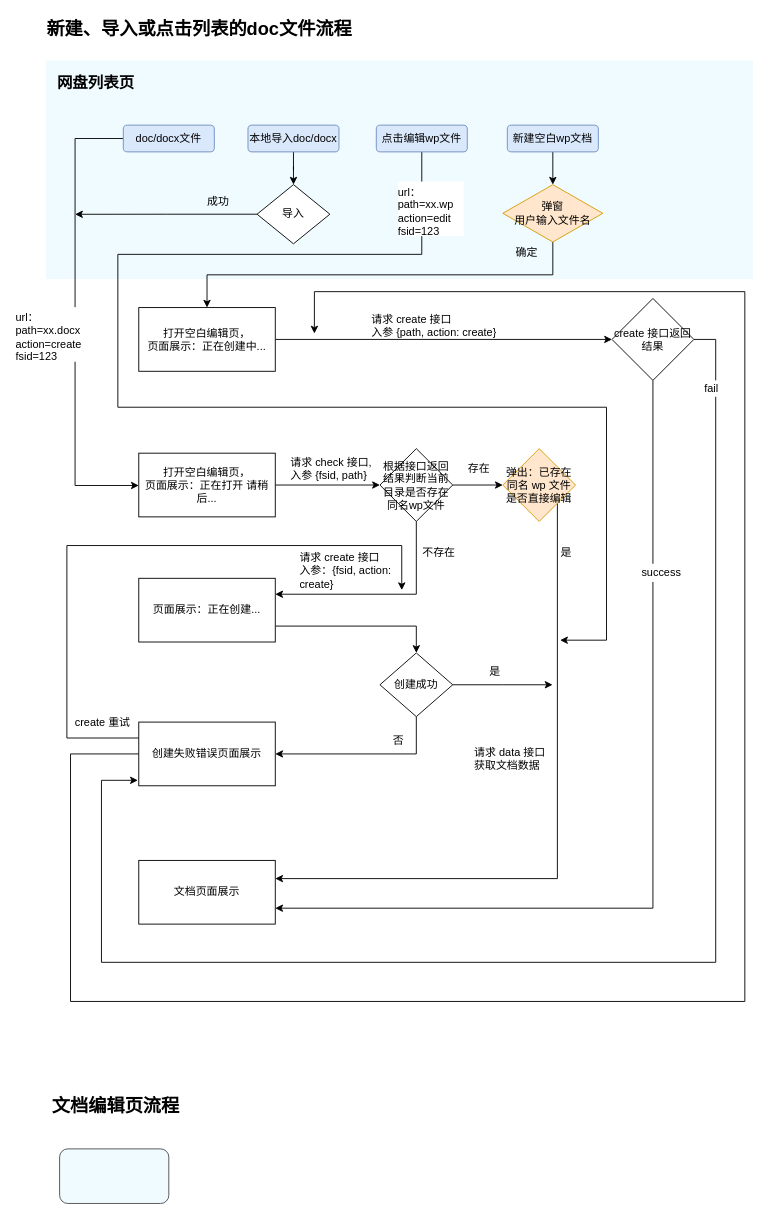
Above: Untitled Diagram.drawio in simqifeng/somenote (draw.io), before the change. Source tidied: cells renumbered, new cells numbered last; positions are measured from the earlier drawing's top-left corner, leaving out a move shared by most shapes. Both pictures are drawn from the tidied source at 91%, with x=0, y=0 at pixel (15, 15).
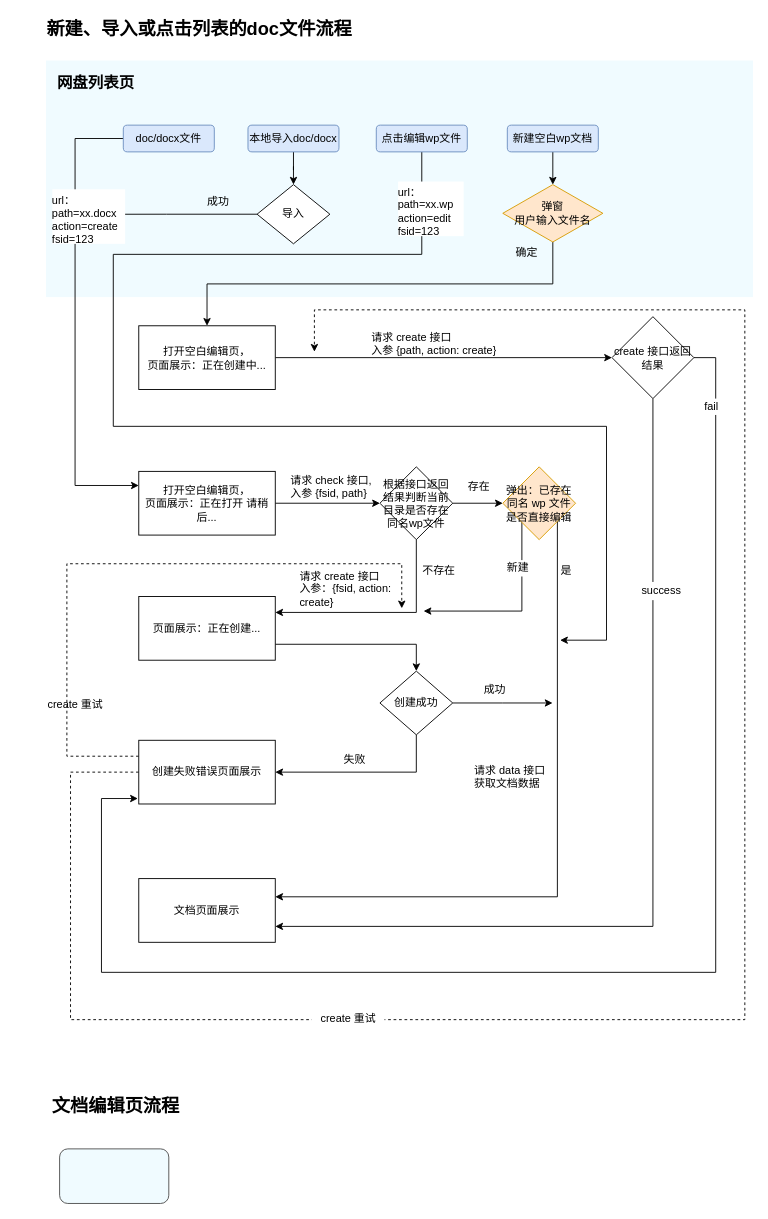
Above is the later version.

Commit message:
在线文档-新建/编辑流程图.drawio

The change refers to these unchanged cells:
```xml
<mxCell id="4" value="点击编辑wp文件" style="rounded=1;whiteSpace=wrap;html=1;fillColor=#dae8fc;strokeColor=#6c8ebf;" parent="1" vertex="1">
  <mxGeometry x="396" y="120" width="100" height="29.4" as="geometry" />
</mxCell>
```

What changed in the source:
```diff
@@
     <mxCell id="2" style="rounded=0;whiteSpace=wrap;html=1;fillColor=#F0FBFF;fontSize=12;dashed=1;strokeColor=none;" parent="1" vertex="1">
-      <mxGeometry x="33" y="49" width="777" height="240" as="geometry" />
+      <mxGeometry x="33" y="49" width="777" height="260" as="geometry" />
     </mxCell>
     <mxCell id="3" style="edgeStyle=orthogonalEdgeStyle;rounded=0;jettySize=auto;html=1;exitX=0.5;exitY=1;exitDx=0;exitDy=0;" parent="1" edge="1" source="4">
       <mxGeometry relative="1" as="geometry">
         <mxPoint x="598" y="686" as="targetPoint" />
         <Array as="points">
           <mxPoint x="446" y="262" />
-          <mxPoint x="112" y="262" />
-          <mxPoint x="112" y="430" />
-          <mxPoint x="649" y="430" />
+          <mxPoint x="107" y="262" />
+          <mxPoint x="107" y="451" />
+          <mxPoint x="649" y="451" />
           <mxPoint x="649" y="686" />
         </Array>
       </mxGeometry>
     </mxCell>
@@
     <mxCell id="8" value="&lt;span&gt;打开空白编辑页，&lt;br&gt;&lt;/span&gt;页面展示：正在创建中..." style="rounded=0;whiteSpace=wrap;html=1;" parent="1" vertex="1">
-      <mxGeometry x="135" y="320.5" width="150" height="70" as="geometry" />
+      <mxGeometry x="135" y="340.5" width="150" height="70" as="geometry" />
     </mxCell>
@@
     <mxCell id="10" value="页面展示：正在创建..." style="rounded=0;whiteSpace=wrap;html=1;" parent="1" vertex="1">
-      <mxGeometry x="135" y="618" width="150" height="70" as="geometry" />
+      <mxGeometry x="135" y="638" width="150" height="70" as="geometry" />
     </mxCell>
     <mxCell id="11" style="edgeStyle=orthogonalEdgeStyle;rounded=0;jettySize=auto;html=1;entryX=1;entryY=0.75;entryDx=0;entryDy=0;exitX=0.5;exitY=1;exitDx=0;exitDy=0;" parent="1" edge="1" source="13" target="28">
       <mxGeometry relative="1" as="geometry">
         <Array as="points">
-          <mxPoint x="700" y="980" />
+          <mxPoint x="700" y="1000" />
         </Array>
       </mxGeometry>
     </mxCell>
     <mxCell id="12" style="edgeStyle=orthogonalEdgeStyle;rounded=0;jettySize=auto;html=1;fontSize=12;" parent="1" edge="1" source="13">
       <mxGeometry relative="1" as="geometry">
-        <mxPoint x="134" y="840" as="targetPoint" />
+        <mxPoint x="134" y="860" as="targetPoint" />
         <Array as="points">
-          <mxPoint x="769" y="355" />
-          <mxPoint x="769" y="1040" />
-          <mxPoint x="94" y="1040" />
-          <mxPoint x="94" y="840" />
+          <mxPoint x="769" y="375" />
+          <mxPoint x="769" y="1051" />
+          <mxPoint x="94" y="1051" />
+          <mxPoint x="94" y="860" />
         </Array>
       </mxGeometry>
     </mxCell>
     <mxCell id="13" value="create 接口返回结果" style="rhombus;whiteSpace=wrap;html=1;" parent="1" vertex="1">
-      <mxGeometry x="655" y="310.5" width="90" height="90" as="geometry" />
+      <mxGeometry x="655" y="330.5" width="90" height="90" as="geometry" />
     </mxCell>
@@
     <mxCell id="15" value="success" style="text;html=1;align=center;verticalAlign=middle;fillColor=#ffffff;" parent="1" vertex="1">
-      <mxGeometry x="679" y="602" width="60" height="20" as="geometry" />
+      <mxGeometry x="679" y="622" width="60" height="20" as="geometry" />
     </mxCell>
@@
     <mxCell id="18" value="根据接口返回结果判断当前目录是否存在同名wp文件" style="rhombus;whiteSpace=wrap;html=1;" parent="1" vertex="1">
-      <mxGeometry x="400" y="475.5" width="80" height="80" as="geometry" />
+      <mxGeometry x="400" y="495.5" width="80" height="80" as="geometry" />
     </mxCell>
     <mxCell id="19" value="请求 create 接口&#10;入参 {path, action: create}&#10;" style="text;strokeColor=none;fillColor=none;spacing=0;spacingTop=0;overflow=hidden;rounded=0;dashed=1;fontSize=12;verticalAlign=top;horizontal=1;whiteSpace=wrap;" parent="1" vertex="1">
-      <mxGeometry x="391" y="322" width="161" height="50" as="geometry" />
+      <mxGeometry x="391" y="342" width="161" height="50" as="geometry" />
     </mxCell>
-    <mxCell id="20" value="url：&#10;path=xx.docx&#10;action=create&#10;fsid=123&#10;&#10;&#10;" style="text;strokeColor=none;fillColor=#ffffff;spacing=0;spacingTop=0;overflow=hidden;rounded=0;dashed=1;fontSize=12;verticalAlign=top;horizontal=1;whiteSpace=wrap;" parent="1" vertex="1">
-      <mxGeometry y="320" width="80" height="60" as="geometry" />
-    </mxCell>
@@
     <mxCell id="22" value="&lt;span&gt;打开空白编辑页，&lt;br&gt;&lt;/span&gt;页面展示：正在打开 请稍后..." style="rounded=0;whiteSpace=wrap;html=1;" parent="1" vertex="1">
-      <mxGeometry x="135" y="480.5" width="150" height="70" as="geometry" />
+      <mxGeometry x="135" y="500.5" width="150" height="70" as="geometry" />
     </mxCell>
     <mxCell id="23" value="请求 check 接口, &#10;入参 {fsid, path}&#10;" style="text;strokeColor=none;fillColor=none;spacing=0;spacingTop=0;overflow=hidden;rounded=0;dashed=1;fontSize=12;verticalAlign=top;horizontal=1;whiteSpace=wrap;" parent="1" vertex="1">
-      <mxGeometry x="302" y="479" width="93" height="50" as="geometry" />
+      <mxGeometry x="302" y="499" width="93" height="50" as="geometry" />
     </mxCell>
     <mxCell id="24" style="edgeStyle=orthogonalEdgeStyle;rounded=0;jettySize=auto;html=1;fontSize=12;exitX=1;exitY=1;exitDx=0;exitDy=0;" parent="1" edge="1" source="26" target="28">
       <mxGeometry relative="1" as="geometry">
         <Array as="points">
-          <mxPoint x="595" y="948" />
+          <mxPoint x="595" y="968" />
         </Array>
       </mxGeometry>
     </mxCell>
     <mxCell id="25" style="edgeStyle=orthogonalEdgeStyle;rounded=0;jettySize=auto;html=1;fontSize=12;entryX=1;entryY=0.25;entryDx=0;entryDy=0;exitX=0.5;exitY=1;exitDx=0;exitDy=0;" parent="1" edge="1" source="18" target="10">
       <mxGeometry relative="1" as="geometry">
         <Array as="points">
-          <mxPoint x="440" y="636" />
+          <mxPoint x="440" y="656" />
         </Array>
       </mxGeometry>
     </mxCell>
+    <mxCell id="57" style="edgeStyle=orthogonalEdgeStyle;rounded=0;jettySize=auto;html=1;fontSize=12;exitX=0;exitY=1;exitDx=0;exitDy=0;" parent="1" edge="1" source="26">
+      <mxGeometry relative="1" as="geometry">
+        <mxPoint x="448" y="654" as="targetPoint" />
+        <Array as="points">
+          <mxPoint x="556" y="654" />
+        </Array>
+      </mxGeometry>
+    </mxCell>
     <mxCell id="26" value="&lt;span&gt;弹出：已存在同名 wp 文件是否直接编辑&lt;/span&gt;" style="rhombus;whiteSpace=wrap;html=1;fillColor=#ffe6cc;fontSize=12;strokeColor=#d79b00;" parent="1" vertex="1">
-      <mxGeometry x="535" y="475.5" width="80" height="80" as="geometry" />
+      <mxGeometry x="535" y="495.5" width="80" height="80" as="geometry" />
     </mxCell>
     <mxCell id="27" value="存在" style="text;html=1;align=left;verticalAlign=middle;fontSize=12;" parent="1" vertex="1">
-      <mxGeometry x="494.5" y="488" width="40" height="20" as="geometry" />
+      <mxGeometry x="494.5" y="508" width="40" height="20" as="geometry" />
     </mxCell>
     <mxCell id="28" value="文档页面展示" style="rounded=0;whiteSpace=wrap;html=1;fillColor=#ffffff;fontSize=12;" parent="1" vertex="1">
-      <mxGeometry x="135" y="928" width="150" height="70" as="geometry" />
+      <mxGeometry x="135" y="948" width="150" height="70" as="geometry" />
     </mxCell>
     <mxCell id="29" value="是" style="text;strokeColor=none;fillColor=none;spacing=0;spacingTop=0;overflow=hidden;rounded=0;dashed=1;fontSize=12;verticalAlign=top;horizontal=1;whiteSpace=wrap;" parent="1" vertex="1">
-      <mxGeometry x="599" y="578" width="23" height="24" as="geometry" />
+      <mxGeometry x="599" y="598" width="23" height="24" as="geometry" />
     </mxCell>
     <mxCell id="30" value="请求 create 接口 &#10;入参：{fsid, action: create}" style="text;strokeColor=none;fillColor=none;spacing=0;spacingTop=0;overflow=hidden;rounded=0;dashed=1;fontSize=12;verticalAlign=top;horizontal=1;whiteSpace=wrap;" parent="1" vertex="1">
-      <mxGeometry x="312" y="584" width="100" height="55" as="geometry" />
+      <mxGeometry x="312" y="604" width="100" height="55" as="geometry" />
     </mxCell>
     <mxCell id="31" style="edgeStyle=orthogonalEdgeStyle;rounded=0;jettySize=auto;html=1;entryX=1;entryY=0.5;entryDx=0;entryDy=0;fontSize=12;exitX=0.5;exitY=1;exitDx=0;exitDy=0;" parent="1" edge="1" source="33" target="36">
       <mxGeometry relative="1" as="geometry">
         <Array as="points">
-          <mxPoint x="440" y="811" />
+          <mxPoint x="440" y="831" />
         </Array>
       </mxGeometry>
     </mxCell>
     <mxCell id="32" style="edgeStyle=orthogonalEdgeStyle;rounded=0;jettySize=auto;html=1;fontSize=12;" parent="1" edge="1" source="33">
       <mxGeometry relative="1" as="geometry">
-        <mxPoint x="589.7" y="735" as="targetPoint" />
+        <mxPoint x="589.7" y="755" as="targetPoint" />
       </mxGeometry>
     </mxCell>
     <mxCell id="33" value="创建成功" style="rhombus;whiteSpace=wrap;html=1;fillColor=#ffffff;fontSize=12;" parent="1" vertex="1">
-      <mxGeometry x="400" y="700" width="80" height="70" as="geometry" />
+      <mxGeometry x="400" y="720" width="80" height="70" as="geometry" />
     </mxCell>
-    <mxCell id="34" style="edgeStyle=orthogonalEdgeStyle;rounded=0;jettySize=auto;html=1;fontSize=12;exitX=0;exitY=0.25;exitDx=0;exitDy=0;" parent="1" edge="1" source="36">
+    <mxCell id="34" style="edgeStyle=orthogonalEdgeStyle;rounded=0;jettySize=auto;html=1;fontSize=12;exitX=0;exitY=0.25;exitDx=0;exitDy=0;dashed=1;" parent="1" edge="1" source="36">
       <mxGeometry relative="1" as="geometry">
-        <mxPoint x="424" y="631" as="targetPoint" />
+        <mxPoint x="424" y="651" as="targetPoint" />
         <Array as="points">
-          <mxPoint x="56" y="793" />
-          <mxPoint x="56" y="582" />
-          <mxPoint x="424" y="582" />
+          <mxPoint x="56" y="813" />
+          <mxPoint x="56" y="602" />
+          <mxPoint x="424" y="602" />
         </Array>
       </mxGeometry>
     </mxCell>
-    <mxCell id="35" style="edgeStyle=orthogonalEdgeStyle;rounded=0;jettySize=auto;html=1;fontSize=12;" parent="1" edge="1" source="36">
+    <mxCell id="35" style="edgeStyle=orthogonalEdgeStyle;rounded=0;jettySize=auto;html=1;fontSize=12;dashed=1;" parent="1" edge="1" source="36">
       <mxGeometry relative="1" as="geometry">
-        <mxPoint x="328" y="349" as="targetPoint" />
+        <mxPoint x="328" y="369" as="targetPoint" />
         <Array as="points">
-          <mxPoint x="60" y="811" />
-          <mxPoint x="60" y="1083" />
-          <mxPoint x="801" y="1083" />
-          <mxPoint x="801" y="303" />
-          <mxPoint x="328" y="303" />
+          <mxPoint x="60" y="831" />
+          <mxPoint x="60" y="1103" />
+          <mxPoint x="801" y="1103" />
+          <mxPoint x="801" y="323" />
+          <mxPoint x="328" y="323" />
         </Array>
       </mxGeometry>
     </mxCell>
     <mxCell id="36" value="创建失败错误页面展示" style="rounded=0;whiteSpace=wrap;html=1;fillColor=#ffffff;fontSize=12;" parent="1" vertex="1">
-      <mxGeometry x="135" y="776" width="150" height="70" as="geometry" />
+      <mxGeometry x="135" y="796" width="150" height="70" as="geometry" />
     </mxCell>
-    <mxCell id="37" value="否" style="text;html=1;align=center;verticalAlign=middle;fontSize=12;" parent="1" vertex="1">
-      <mxGeometry x="405" y="787" width="30" height="20" as="geometry" />
+    <mxCell id="37" value="失败" style="text;html=1;align=center;verticalAlign=middle;fontSize=12;" parent="1" vertex="1">
+      <mxGeometry x="355" y="808" width="34" height="18" as="geometry" />
     </mxCell>
     <mxCell id="38" value="create 重试" style="text;html=1;align=center;verticalAlign=middle;fontSize=12;" parent="1" vertex="1">
-      <mxGeometry x="55" y="767" width="80" height="20" as="geometry" />
+      <mxGeometry x="25" y="747" width="80" height="20" as="geometry" />
     </mxCell>
@@
-    <mxCell id="41" value="是" style="text;html=1;align=center;verticalAlign=middle;fontSize=12;" parent="1" vertex="1">
-      <mxGeometry x="511" y="711" width="30" height="20" as="geometry" />
+    <mxCell id="41" value="成功" style="text;html=1;align=center;verticalAlign=middle;fontSize=12;" parent="1" vertex="1">
+      <mxGeometry x="509" y="732" width="34" height="18" as="geometry" />
     </mxCell>
@@
     <mxCell id="53" value="请求 data 接口 获取文档数据" style="text;strokeColor=none;fillColor=none;spacing=0;spacingTop=0;overflow=hidden;rounded=0;dashed=1;fontSize=12;verticalAlign=top;horizontal=1;whiteSpace=wrap;" parent="1" vertex="1">
-      <mxGeometry x="504" y="798" width="87" height="53" as="geometry" />
+      <mxGeometry x="504" y="818" width="87" height="53" as="geometry" />
     </mxCell>
@@
     <mxCell id="55" value="不存在" style="text;html=1;align=left;verticalAlign=middle;fontSize=12;horizontal=1;" parent="1" vertex="1">
-      <mxGeometry x="445" y="581" width="46" height="18" as="geometry" />
+      <mxGeometry x="445" y="601" width="46" height="18" as="geometry" />
     </mxCell>
     <mxCell id="56" value="fail" style="text;html=1;align=center;verticalAlign=middle;fillColor=#ffffff;" parent="1" vertex="1">
-      <mxGeometry x="751" y="400.5" width="25" height="18" as="geometry" />
+      <mxGeometry x="751" y="420.5" width="25" height="18" as="geometry" />
     </mxCell>
+    <mxCell id="20" value="url：&#10;path=xx.docx&#10;action=create&#10;fsid=123&#10;&#10;&#10;" style="text;strokeColor=none;fillColor=#ffffff;spacing=0;spacingTop=0;overflow=hidden;rounded=0;dashed=1;fontSize=12;verticalAlign=top;horizontal=1;whiteSpace=wrap;" parent="1" vertex="1">
+      <mxGeometry x="40" y="190.5" width="80" height="60" as="geometry" />
+    </mxCell>
+    <mxCell id="58" value="create 重试" style="text;html=1;align=center;verticalAlign=middle;fontSize=12;fillColor=#ffffff;" parent="1" vertex="1">
+      <mxGeometry x="325" y="1092" width="80" height="20" as="geometry" />
+    </mxCell>
+    <mxCell id="59" value="新建" style="text;html=1;align=left;verticalAlign=middle;fontSize=12;horizontal=1;fillColor=#ffffff;" parent="1" vertex="1">
+      <mxGeometry x="538" y="598" width="34" height="18" as="geometry" />
+    </mxCell>
```
